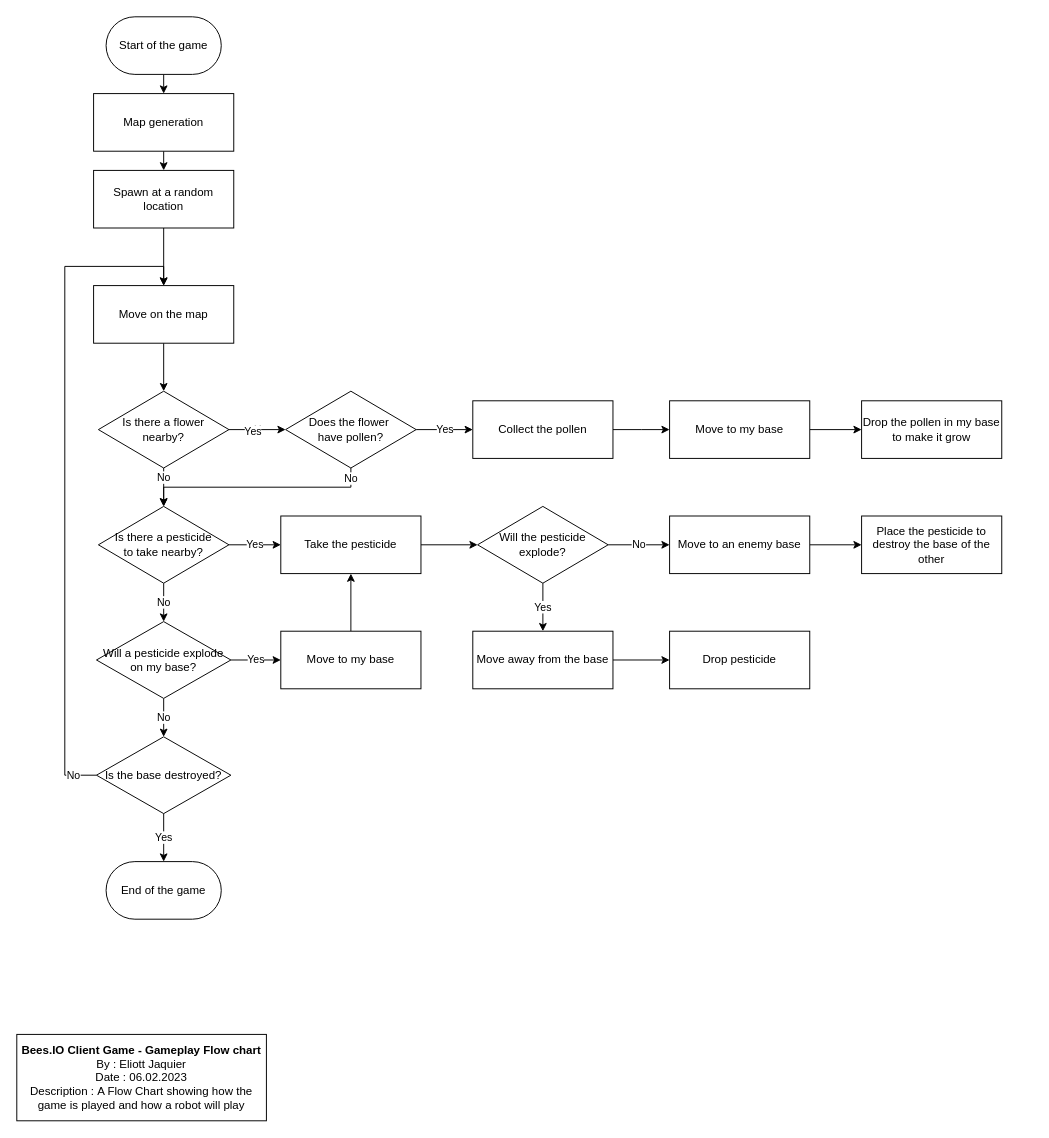
The draw.io diagram Documentation/FlowchartGameplay.drawio in Neliott/BeesIO-Game, before the edit. Source tidied: cells renumbered, new cells numbered last; positions are measured from the earlier drawing's top-left corner, leaving out a move shared by most shapes. Both pictures are drawn from the tidied source at 96%, with x=0, y=0 at pixel (16, 16).
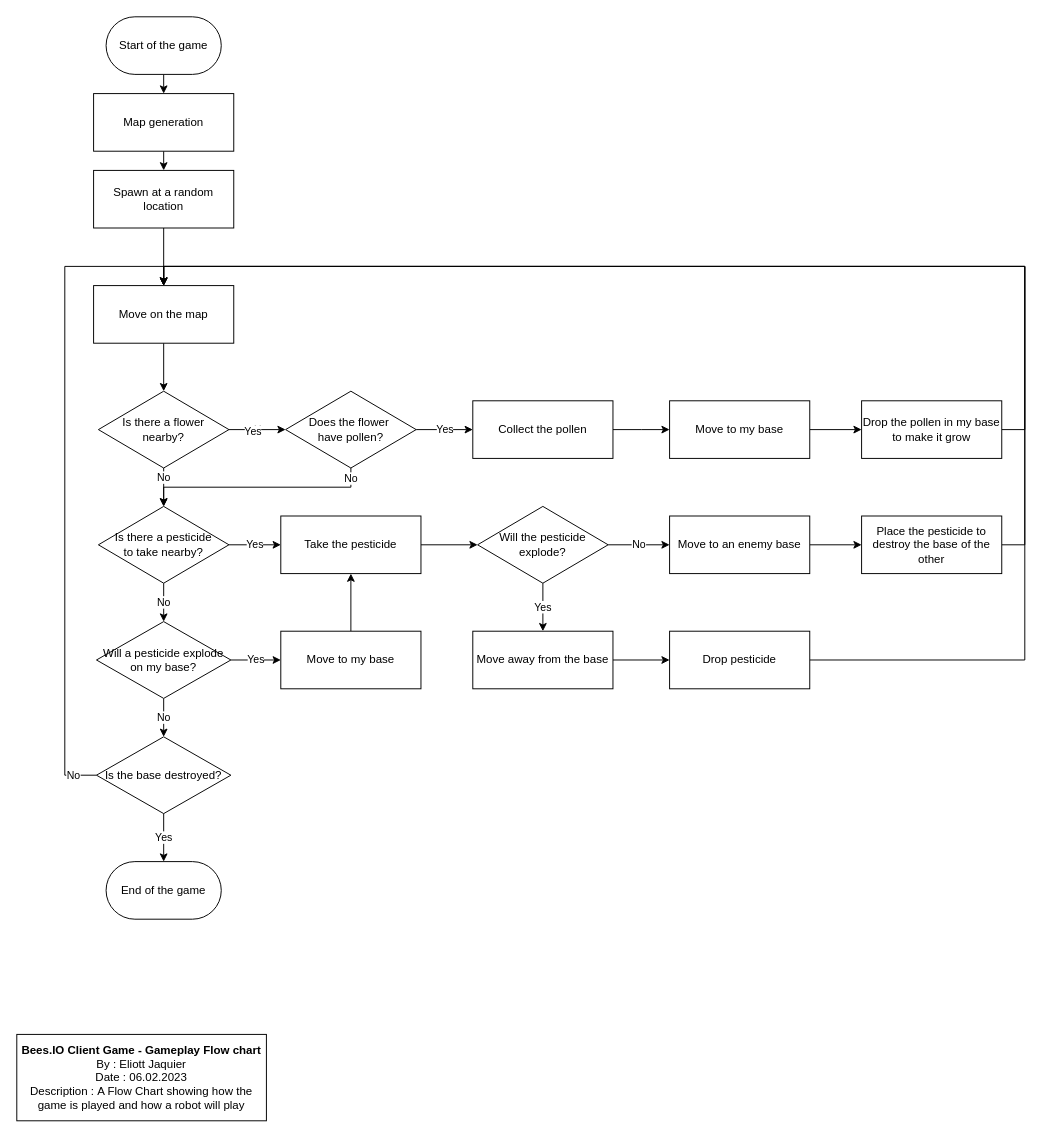
The same page after the edit.

Commit message (it also covers changes not shown here):
Minor tweaks + documentation for EndOfSprint2

The change refers to these unchanged cells:
```xml
<mxCell id="9" value="Move on the map" style="rounded=0;whiteSpace=wrap;html=1;" parent="1" vertex="1">
  <mxGeometry x="80" y="280" width="146" height="60" as="geometry" />
</mxCell>
<mxCell id="32" value="Place the pesticide to destroy the base of the other" style="rounded=0;whiteSpace=wrap;html=1;" parent="1" vertex="1">
  <mxGeometry x="880" y="520" width="146" height="60" as="geometry" />
</mxCell>
<mxCell id="38" value="Drop&amp;nbsp;pesticide" style="rounded=0;whiteSpace=wrap;html=1;" parent="1" vertex="1">
  <mxGeometry x="680" y="640" width="146" height="60" as="geometry" />
</mxCell>
<mxCell id="44" value="Drop the pollen in my base to make it grow" style="rounded=0;whiteSpace=wrap;html=1;" parent="1" vertex="1">
  <mxGeometry x="880" y="400" width="146" height="60" as="geometry" />
</mxCell>
```

What changed in the source:
```diff
@@
+    <mxCell id="46" style="edgeStyle=orthogonalEdgeStyle;rounded=0;jettySize=auto;html=1;exitX=1;exitY=0.5;exitDx=0;exitDy=0;entryX=0.5;entryY=0;entryDx=0;entryDy=0;" parent="1" edge="1" source="32" target="9">
+      <mxGeometry relative="1" as="geometry">
+        <Array as="points">
+          <mxPoint x="1050" y="550" />
+          <mxPoint x="1050" y="260" />
+          <mxPoint x="153" y="260" />
+        </Array>
+      </mxGeometry>
+    </mxCell>
@@
+    <mxCell id="47" style="edgeStyle=orthogonalEdgeStyle;rounded=0;jettySize=auto;html=1;exitX=1;exitY=0.5;exitDx=0;exitDy=0;entryX=0.5;entryY=0;entryDx=0;entryDy=0;" parent="1" edge="1" source="38" target="9">
+      <mxGeometry relative="1" as="geometry">
+        <Array as="points">
+          <mxPoint x="1050" y="670" />
+          <mxPoint x="1050" y="260" />
+          <mxPoint x="153" y="260" />
+        </Array>
+      </mxGeometry>
+    </mxCell>
@@
+    <mxCell id="48" style="edgeStyle=orthogonalEdgeStyle;rounded=0;jettySize=auto;html=1;exitX=1;exitY=0.5;exitDx=0;exitDy=0;entryX=0.5;entryY=0;entryDx=0;entryDy=0;" parent="1" edge="1" source="44" target="9">
+      <mxGeometry relative="1" as="geometry">
+        <Array as="points">
+          <mxPoint x="1050" y="430" />
+          <mxPoint x="1050" y="260" />
+          <mxPoint x="153" y="260" />
+        </Array>
+      </mxGeometry>
+    </mxCell>
```
